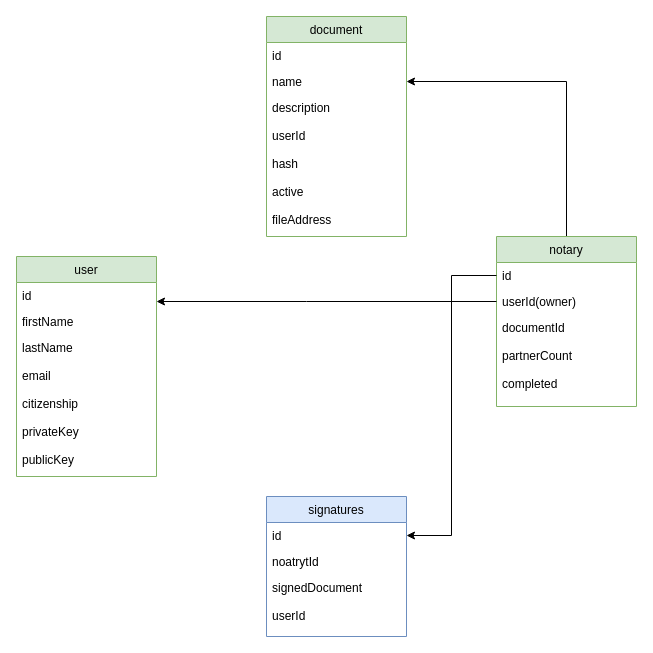
Before: public_notary_flowchart.drawio in ahmadabd/notary-public-online, a draw.io diagram. Source tidied: cells renumbered, new cells numbered last; positions are measured from the earlier drawing's top-left corner, leaving out a move shared by most shapes. Both pictures are drawn from the tidied source at 100%, with x=0, y=0 at pixel (16, 16).
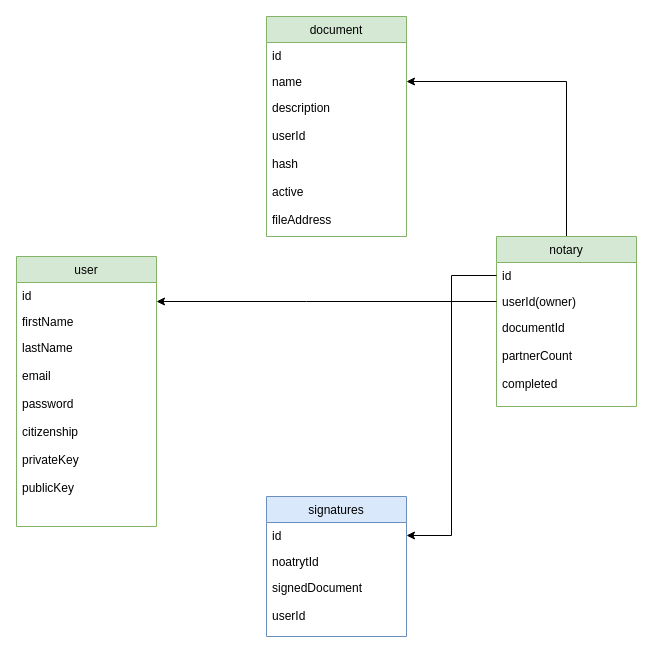
The same page after the edit.

What changed in the source:
```diff
@@
     <mxCell id="6" value="user" style="swimlane;fontStyle=0;horizontal=1;startSize=26;fillColor=#d5e8d4;strokeColor=#82b366;" parent="1" vertex="1">
-      <mxGeometry y="240" width="140" height="220" as="geometry" />
+      <mxGeometry y="240" width="140" height="270" as="geometry" />
     </mxCell>
@@
-    <mxCell id="9" value="lastName&#10;&#10;email&#10;&#10;citizenship&#10;&#10;privateKey&#10;&#10;publicKey&#10;" style="text;strokeColor=none;fillColor=none;align=left;verticalAlign=top;spacingLeft=4;spacingRight=4;overflow=hidden;" parent="6" vertex="1">
-      <mxGeometry y="78" width="140" height="142" as="geometry" />
+    <mxCell id="9" value="lastName&#10;&#10;email&#10;&#10;password&#10;&#10;citizenship&#10;&#10;privateKey&#10;&#10;publicKey&#10;" style="text;strokeColor=none;fillColor=none;align=left;verticalAlign=top;spacingLeft=4;spacingRight=4;overflow=hidden;" parent="6" vertex="1">
+      <mxGeometry y="78" width="140" height="192" as="geometry" />
     </mxCell>
```
